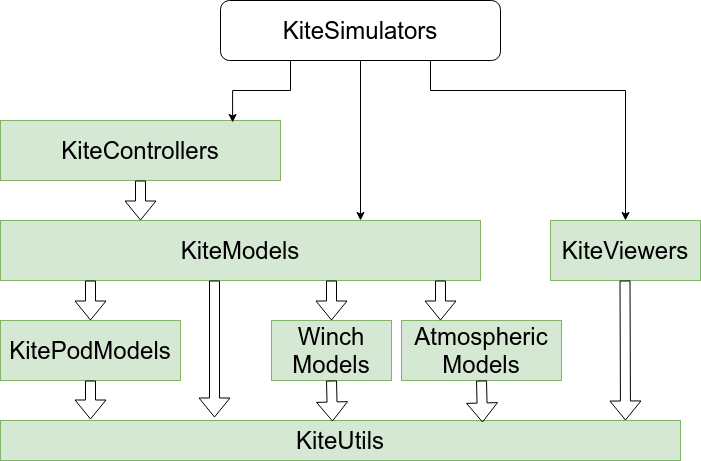
Before: docs/src/kite_power_tools.png, a diagram exported from draw.io (ufechner7/KiteModels.jl). Source tidied: cells renumbered, new cells last; positions are measured from the earlier drawing's top-left corner, leaving out a move shared by most shapes. Its diagram source:
```xml
<mxGraphModel>
  <root>
    <mxCell id="0" />
    <mxCell id="1" parent="0" />
    <mxCell id="2" value="KiteUtils" style="rounded=0;whiteSpace=wrap;html=1;fontSize=24;fillColor=#d5e8d4;strokeColor=#82b366;" parent="1" vertex="1">
      <mxGeometry y="420" width="680" height="40" as="geometry" />
    </mxCell>
    <mxCell id="3" value="KitePodModels" style="rounded=0;whiteSpace=wrap;html=1;fontSize=24;fillColor=#d5e8d4;strokeColor=#82b366;" parent="1" vertex="1">
      <mxGeometry y="320" width="180" height="60" as="geometry" />
    </mxCell>
    <mxCell id="4" style="shape=flexArrow;endArrow=classic;html=1;fontSize=24;exitX=0.5;exitY=1;exitDx=0;exitDy=0;" parent="1" edge="1" source="3">
      <mxGeometry relative="1" as="geometry">
        <mxPoint x="90" y="419" as="targetPoint" />
      </mxGeometry>
    </mxCell>
    <mxCell id="5" value="Winch&lt;br&gt;Models" style="rounded=0;whiteSpace=wrap;html=1;fontSize=24;fillColor=#d5e8d4;strokeColor=#82b366;" parent="1" vertex="1">
      <mxGeometry x="271" y="320" width="120" height="60" as="geometry" />
    </mxCell>
    <mxCell id="6" value="Atmospheric&lt;br&gt;Models" style="rounded=0;whiteSpace=wrap;html=1;fontSize=24;fillColor=#d5e8d4;strokeColor=#82b366;" parent="1" vertex="1">
      <mxGeometry x="401" y="320" width="160" height="60" as="geometry" />
    </mxCell>
    <mxCell id="7" style="shape=flexArrow;endArrow=classic;html=1;fontSize=24;exitX=0.5;exitY=1;exitDx=0;exitDy=0;" parent="1" edge="1" source="5">
      <mxGeometry relative="1" as="geometry">
        <mxPoint x="332" y="421" as="targetPoint" />
      </mxGeometry>
    </mxCell>
    <mxCell id="8" style="shape=flexArrow;endArrow=classic;html=1;fontSize=24;exitX=0.5;exitY=1;exitDx=0;exitDy=0;" parent="1" edge="1" source="6">
      <mxGeometry relative="1" as="geometry">
        <mxPoint x="482" y="422" as="targetPoint" />
      </mxGeometry>
    </mxCell>
    <mxCell id="9" value="KiteModels" style="rounded=0;whiteSpace=wrap;html=1;fontSize=24;fillColor=#d5e8d4;strokeColor=#82b366;" parent="1" vertex="1">
      <mxGeometry y="220" width="480" height="60" as="geometry" />
    </mxCell>
    <mxCell id="10" value="KiteControllers" style="rounded=0;whiteSpace=wrap;html=1;fontSize=24;fillColor=#d5e8d4;strokeColor=#82b366;" parent="1" vertex="1">
      <mxGeometry y="120" width="280" height="60" as="geometry" />
    </mxCell>
    <mxCell id="11" value="KiteViewers" style="rounded=0;whiteSpace=wrap;html=1;fontSize=24;labelBackgroundColor=none;fillColor=#d5e8d4;strokeColor=#82b366;" parent="1" vertex="1">
      <mxGeometry x="550" y="220" width="150" height="60" as="geometry" />
    </mxCell>
    <mxCell id="12" style="shape=flexArrow;endArrow=classic;html=1;fontSize=24;entryX=0.5;entryY=0;entryDx=0;entryDy=0;" parent="1" edge="1" target="3">
      <mxGeometry relative="1" as="geometry">
        <mxPoint x="90" y="280" as="sourcePoint" />
      </mxGeometry>
    </mxCell>
    <mxCell id="13" style="shape=flexArrow;endArrow=classic;html=1;fontSize=24;entryX=0.375;entryY=-0.075;entryDx=0;entryDy=0;entryPerimeter=0;" parent="1" edge="1">
      <mxGeometry relative="1" as="geometry">
        <mxPoint x="214" y="280" as="sourcePoint" />
        <mxPoint x="214" y="417" as="targetPoint" />
      </mxGeometry>
    </mxCell>
    <mxCell id="14" style="shape=flexArrow;endArrow=classic;html=1;fontSize=24;entryX=0.5;entryY=0;entryDx=0;entryDy=0;" parent="1" edge="1" target="5">
      <mxGeometry relative="1" as="geometry">
        <mxPoint x="331" y="280" as="sourcePoint" />
      </mxGeometry>
    </mxCell>
    <mxCell id="15" style="shape=flexArrow;endArrow=classic;html=1;fontSize=24;exitX=0.5;exitY=1;exitDx=0;exitDy=0;" parent="1" edge="1" source="10">
      <mxGeometry relative="1" as="geometry">
        <mxPoint x="140" y="220" as="targetPoint" />
      </mxGeometry>
    </mxCell>
    <mxCell id="16" style="shape=flexArrow;endArrow=classic;html=1;fontSize=24;" parent="1" edge="1">
      <mxGeometry relative="1" as="geometry">
        <mxPoint x="440" y="280" as="sourcePoint" />
        <mxPoint x="440" y="320" as="targetPoint" />
      </mxGeometry>
    </mxCell>
    <mxCell id="17" style="shape=flexArrow;endArrow=classic;html=1;fontSize=24;" parent="1" edge="1">
      <mxGeometry relative="1" as="geometry">
        <mxPoint x="624.5" y="280" as="sourcePoint" />
        <mxPoint x="625" y="420" as="targetPoint" />
      </mxGeometry>
    </mxCell>
    <mxCell id="18" style="edgeStyle=orthogonalEdgeStyle;rounded=0;jettySize=auto;html=1;exitX=0.25;exitY=1;exitDx=0;exitDy=0;entryX=0.829;entryY=0.033;entryDx=0;entryDy=0;entryPerimeter=0;" parent="1" edge="1" source="21" target="10">
      <mxGeometry relative="1" as="geometry" />
    </mxCell>
    <mxCell id="19" style="edgeStyle=orthogonalEdgeStyle;rounded=0;jettySize=auto;html=1;exitX=0.5;exitY=1;exitDx=0;exitDy=0;entryX=0.75;entryY=0;entryDx=0;entryDy=0;" parent="1" edge="1" source="21" target="9">
      <mxGeometry relative="1" as="geometry" />
    </mxCell>
    <mxCell id="20" style="edgeStyle=orthogonalEdgeStyle;rounded=0;jettySize=auto;html=1;exitX=0.75;exitY=1;exitDx=0;exitDy=0;entryX=0.5;entryY=0;entryDx=0;entryDy=0;" parent="1" edge="1" source="21" target="11">
      <mxGeometry relative="1" as="geometry">
        <Array as="points">
          <mxPoint x="430" y="90" />
          <mxPoint x="625" y="90" />
        </Array>
      </mxGeometry>
    </mxCell>
    <mxCell id="21" value="KiteSimulators" style="rounded=1;whiteSpace=wrap;html=1;fontSize=24;" parent="1" vertex="1">
      <mxGeometry x="220" width="280" height="60" as="geometry" />
    </mxCell>
  </root>
</mxGraphModel>
```
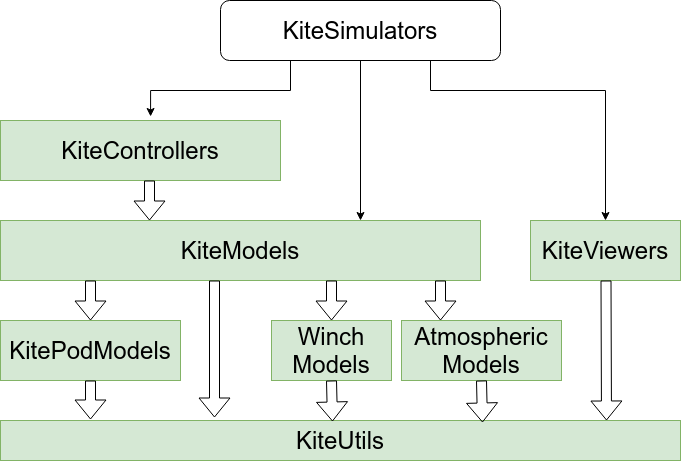
After the commit.

The edit, as a diff of the source:
```diff
@@ -36,7 +36,7 @@
       <mxGeometry y="120" width="280" height="60" as="geometry" />
     </mxCell>
     <mxCell id="11" value="KiteViewers" style="rounded=0;whiteSpace=wrap;html=1;fontSize=24;labelBackgroundColor=none;fillColor=#d5e8d4;strokeColor=#82b366;" parent="1" vertex="1">
-      <mxGeometry x="550" y="220" width="150" height="60" as="geometry" />
+      <mxGeometry x="530" y="220" width="150" height="60" as="geometry" />
     </mxCell>
     <mxCell id="12" style="shape=flexArrow;endArrow=classic;html=1;fontSize=24;entryX=0.5;entryY=0;entryDx=0;entryDy=0;" parent="1" edge="1" target="3">
       <mxGeometry relative="1" as="geometry">
@@ -54,9 +54,10 @@
         <mxPoint x="331" y="280" as="sourcePoint" />
       </mxGeometry>
     </mxCell>
-    <mxCell id="15" style="shape=flexArrow;endArrow=classic;html=1;fontSize=24;exitX=0.5;exitY=1;exitDx=0;exitDy=0;" parent="1" edge="1" source="10">
+    <mxCell id="15" style="shape=flexArrow;endArrow=classic;html=1;fontSize=24;exitX=0.5;exitY=1;exitDx=0;exitDy=0;" parent="1" edge="1">
       <mxGeometry relative="1" as="geometry">
-        <mxPoint x="140" y="220" as="targetPoint" />
+        <mxPoint x="149" y="180" as="sourcePoint" />
+        <mxPoint x="149" y="220" as="targetPoint" />
       </mxGeometry>
     </mxCell>
     <mxCell id="16" style="shape=flexArrow;endArrow=classic;html=1;fontSize=24;" parent="1" edge="1">
@@ -67,11 +68,11 @@
     </mxCell>
     <mxCell id="17" style="shape=flexArrow;endArrow=classic;html=1;fontSize=24;" parent="1" edge="1">
       <mxGeometry relative="1" as="geometry">
-        <mxPoint x="624.5" y="280" as="sourcePoint" />
-        <mxPoint x="625" y="420" as="targetPoint" />
+        <mxPoint x="605.5" y="280" as="sourcePoint" />
+        <mxPoint x="606" y="420" as="targetPoint" />
       </mxGeometry>
     </mxCell>
-    <mxCell id="18" style="edgeStyle=orthogonalEdgeStyle;rounded=0;jettySize=auto;html=1;exitX=0.25;exitY=1;exitDx=0;exitDy=0;entryX=0.829;entryY=0.033;entryDx=0;entryDy=0;entryPerimeter=0;" parent="1" edge="1" source="21" target="10">
+    <mxCell id="18" style="edgeStyle=orthogonalEdgeStyle;rounded=0;jettySize=auto;html=1;exitX=0.25;exitY=1;exitDx=0;exitDy=0;entryX=0.536;entryY=-0.067;entryDx=0;entryDy=0;entryPerimeter=0;" parent="1" edge="1" source="21" target="10">
       <mxGeometry relative="1" as="geometry" />
     </mxCell>
     <mxCell id="19" style="edgeStyle=orthogonalEdgeStyle;rounded=0;jettySize=auto;html=1;exitX=0.5;exitY=1;exitDx=0;exitDy=0;entryX=0.75;entryY=0;entryDx=0;entryDy=0;" parent="1" edge="1" source="21" target="9">
@@ -81,7 +82,7 @@
       <mxGeometry relative="1" as="geometry">
         <Array as="points">
           <mxPoint x="430" y="90" />
-          <mxPoint x="625" y="90" />
+          <mxPoint x="605" y="90" />
         </Array>
       </mxGeometry>
     </mxCell>
```
